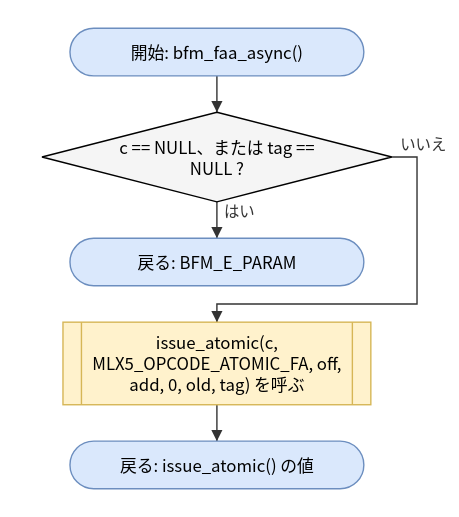
This is doc/spec/images/flow_src_bfm_async-bfm_faa_async.drawio.svg from hf355051012-ai/bfmem, a draw.io export, as it was before one commit. Source tidied: cells renumbered, new cells last; positions are measured from the earlier drawing's top-left corner, leaving out a move shared by most shapes. Its diagram source:
```xml
<mxGraphModel>
  <root>
    <mxCell id="0" />
    <mxCell id="1" parent="0" />
    <mxCell id="2" value="開始: bfm_faa_async()" style="rounded=1;arcSize=50;whiteSpace=wrap;html=1;fillColor=#dae8fc;strokeColor=#6c8ebf;" parent="1" vertex="1">
      <mxGeometry x="20" width="210" height="34" as="geometry" />
    </mxCell>
    <mxCell id="3" value="c == NULL、または tag ==&lt;br&gt;NULL ?" style="rhombus;whiteSpace=wrap;html=1;fillColor=#f5f5f5;" parent="1" vertex="1">
      <mxGeometry y="60" width="250" height="64" as="geometry" />
    </mxCell>
    <mxCell id="4" value="戻る: BFM_E_PARAM" style="rounded=1;arcSize=50;whiteSpace=wrap;html=1;fillColor=#dae8fc;strokeColor=#6c8ebf;" parent="1" vertex="1">
      <mxGeometry x="20" y="150" width="210" height="34" as="geometry" />
    </mxCell>
    <mxCell id="5" value="issue_atomic(c,&lt;br&gt;MLX5_OPCODE_ATOMIC_FA, off,&lt;br&gt;add, 0, old, tag) を呼ぶ" style="shape=process;whiteSpace=wrap;html=1;backgroundOutline=1;size=0.06;fillColor=#fff2cc;strokeColor=#d6b656;" parent="1" vertex="1">
      <mxGeometry x="15" y="210" width="220" height="59" as="geometry" />
    </mxCell>
    <mxCell id="6" value="戻る: issue_atomic() の値" style="rounded=1;arcSize=50;whiteSpace=wrap;html=1;fillColor=#dae8fc;strokeColor=#6c8ebf;" parent="1" vertex="1">
      <mxGeometry x="20" y="295" width="210" height="34" as="geometry" />
    </mxCell>
    <mxCell id="7" style="edgeStyle=none;html=1;rounded=0;endArrow=block;endFill=1;exitX=0.5000;exitY=1.0000;exitDx=0;exitDy=0;exitPerimeter=0;entryX=0.5000;entryY=0.0000;entryDx=0;entryDy=0;entryPerimeter=0;" parent="1" edge="1" source="2" target="3">
      <mxGeometry relative="1" as="geometry" />
    </mxCell>
    <mxCell id="8" value="はい" style="edgeStyle=none;html=1;rounded=0;endArrow=block;endFill=1;exitX=0.5000;exitY=1.0000;exitDx=0;exitDy=0;exitPerimeter=0;entryX=0.5000;entryY=0.0000;entryDx=0;entryDy=0;entryPerimeter=0;" parent="1" edge="1" source="3" target="4">
      <mxGeometry relative="1" as="geometry" />
    </mxCell>
    <mxCell id="9" value="いいえ" style="edgeStyle=none;html=1;rounded=0;endArrow=block;endFill=1;exitX=1.0000;exitY=0.5000;exitDx=0;exitDy=0;exitPerimeter=0;entryX=0.5000;entryY=0.0000;entryDx=0;entryDy=0;entryPerimeter=0;" parent="1" edge="1" source="3" target="5">
      <mxGeometry relative="1" as="geometry">
        <Array as="points">
          <mxPoint x="268" y="92" />
          <mxPoint x="268" y="197" />
          <mxPoint x="125" y="197" />
        </Array>
      </mxGeometry>
    </mxCell>
    <mxCell id="10" style="edgeStyle=none;html=1;rounded=0;endArrow=block;endFill=1;exitX=0.5000;exitY=1.0000;exitDx=0;exitDy=0;exitPerimeter=0;entryX=0.5000;entryY=0.0000;entryDx=0;entryDy=0;entryPerimeter=0;" parent="1" edge="1" source="5" target="6">
      <mxGeometry relative="1" as="geometry" />
    </mxCell>
  </root>
</mxGraphModel>
```
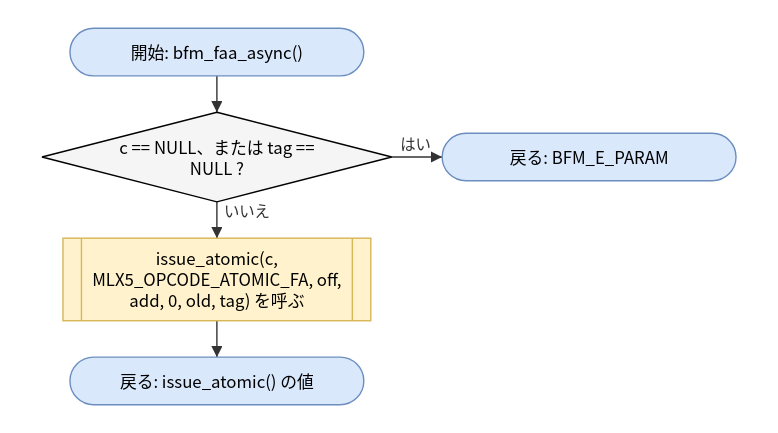
After the commit.

What changed in the source:
```diff
@@ -9,28 +9,22 @@
       <mxGeometry y="60" width="250" height="64" as="geometry" />
     </mxCell>
     <mxCell id="4" value="戻る: BFM_E_PARAM" style="rounded=1;arcSize=50;whiteSpace=wrap;html=1;fillColor=#dae8fc;strokeColor=#6c8ebf;" parent="1" vertex="1">
-      <mxGeometry x="20" y="150" width="210" height="34" as="geometry" />
+      <mxGeometry x="286" y="75" width="210" height="34" as="geometry" />
     </mxCell>
     <mxCell id="5" value="issue_atomic(c,&lt;br&gt;MLX5_OPCODE_ATOMIC_FA, off,&lt;br&gt;add, 0, old, tag) を呼ぶ" style="shape=process;whiteSpace=wrap;html=1;backgroundOutline=1;size=0.06;fillColor=#fff2cc;strokeColor=#d6b656;" parent="1" vertex="1">
-      <mxGeometry x="15" y="210" width="220" height="59" as="geometry" />
+      <mxGeometry x="15" y="150" width="220" height="59" as="geometry" />
     </mxCell>
     <mxCell id="6" value="戻る: issue_atomic() の値" style="rounded=1;arcSize=50;whiteSpace=wrap;html=1;fillColor=#dae8fc;strokeColor=#6c8ebf;" parent="1" vertex="1">
-      <mxGeometry x="20" y="295" width="210" height="34" as="geometry" />
+      <mxGeometry x="20" y="235" width="210" height="34" as="geometry" />
     </mxCell>
     <mxCell id="7" style="edgeStyle=none;html=1;rounded=0;endArrow=block;endFill=1;exitX=0.5000;exitY=1.0000;exitDx=0;exitDy=0;exitPerimeter=0;entryX=0.5000;entryY=0.0000;entryDx=0;entryDy=0;entryPerimeter=0;" parent="1" edge="1" source="2" target="3">
       <mxGeometry relative="1" as="geometry" />
     </mxCell>
-    <mxCell id="8" value="はい" style="edgeStyle=none;html=1;rounded=0;endArrow=block;endFill=1;exitX=0.5000;exitY=1.0000;exitDx=0;exitDy=0;exitPerimeter=0;entryX=0.5000;entryY=0.0000;entryDx=0;entryDy=0;entryPerimeter=0;" parent="1" edge="1" source="3" target="4">
+    <mxCell id="8" value="はい" style="edgeStyle=none;html=1;rounded=0;endArrow=block;endFill=1;exitX=1.0000;exitY=0.5000;exitDx=0;exitDy=0;exitPerimeter=0;entryX=0.0000;entryY=0.5000;entryDx=0;entryDy=0;entryPerimeter=0;" parent="1" edge="1" source="3" target="4">
       <mxGeometry relative="1" as="geometry" />
     </mxCell>
-    <mxCell id="9" value="いいえ" style="edgeStyle=none;html=1;rounded=0;endArrow=block;endFill=1;exitX=1.0000;exitY=0.5000;exitDx=0;exitDy=0;exitPerimeter=0;entryX=0.5000;entryY=0.0000;entryDx=0;entryDy=0;entryPerimeter=0;" parent="1" edge="1" source="3" target="5">
-      <mxGeometry relative="1" as="geometry">
-        <Array as="points">
-          <mxPoint x="268" y="92" />
-          <mxPoint x="268" y="197" />
-          <mxPoint x="125" y="197" />
-        </Array>
-      </mxGeometry>
+    <mxCell id="9" value="いいえ" style="edgeStyle=none;html=1;rounded=0;endArrow=block;endFill=1;exitX=0.5000;exitY=1.0000;exitDx=0;exitDy=0;exitPerimeter=0;entryX=0.5000;entryY=0.0000;entryDx=0;entryDy=0;entryPerimeter=0;" parent="1" edge="1" source="3" target="5">
+      <mxGeometry relative="1" as="geometry" />
     </mxCell>
     <mxCell id="10" style="edgeStyle=none;html=1;rounded=0;endArrow=block;endFill=1;exitX=0.5000;exitY=1.0000;exitDx=0;exitDy=0;exitPerimeter=0;entryX=0.5000;entryY=0.0000;entryDx=0;entryDy=0;entryPerimeter=0;" parent="1" edge="1" source="5" target="6">
       <mxGeometry relative="1" as="geometry" />
```
